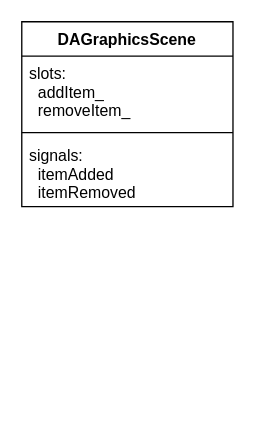
This is page "DAGraphicsView" (4 of 4) of doc/zh/drawio/data-work-flow-uml.drawio from czyt1988/data-workbench, a draw.io file, before an edit. Source tidied: cells renumbered, new cells numbered last; positions are measured from the earlier drawing's top-left corner, leaving out a move shared by most shapes. Both pictures are drawn from the tidied source at 132%, with x=0, y=0 at pixel (21, 21).
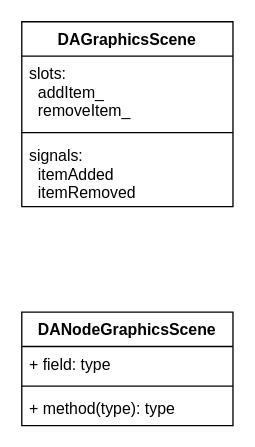
After the change.

The edit, as a diff of the source:
```diff
@@
 <mxGraphModel>
   <root>
     <mxCell id="0" />
     <mxCell id="1" parent="0" />
     <mxCell id="2" value="DAGraphicsScene" style="swimlane;fontStyle=1;align=center;verticalAlign=top;horizontal=1;startSize=26;" parent="1" vertex="1">
       <mxGeometry width="160" height="140" as="geometry" />
     </mxCell>
     <mxCell id="3" value="slots:&#10;  addItem_&#10;  removeItem_" style="text;strokeColor=none;fillColor=none;align=left;verticalAlign=top;spacingLeft=4;spacingRight=4;overflow=hidden;" parent="2" vertex="1">
       <mxGeometry y="26" width="160" height="54" as="geometry" />
     </mxCell>
     <mxCell id="4" style="line;strokeWidth=1;fillColor=none;align=left;verticalAlign=middle;spacingTop=-1;spacingLeft=3;spacingRight=3;labelPosition=right;" parent="2" vertex="1">
       <mxGeometry y="80" width="160" height="8" as="geometry" />
     </mxCell>
     <mxCell id="5" value="signals:&#10;  itemAdded&#10;  itemRemoved" style="text;strokeColor=none;fillColor=none;align=left;verticalAlign=top;spacingLeft=4;spacingRight=4;overflow=hidden;" parent="2" vertex="1">
       <mxGeometry y="88" width="160" height="52" as="geometry" />
     </mxCell>
+    <mxCell id="6" value="DANodeGraphicsScene" style="swimlane;fontStyle=1;align=center;verticalAlign=top;horizontal=1;startSize=26;" parent="1" vertex="1">
+      <mxGeometry y="220" width="160" height="86" as="geometry" />
+    </mxCell>
+    <mxCell id="7" value="+ field: type" style="text;strokeColor=none;fillColor=none;align=left;verticalAlign=top;spacingLeft=4;spacingRight=4;overflow=hidden;" parent="6" vertex="1">
+      <mxGeometry y="26" width="160" height="26" as="geometry" />
+    </mxCell>
+    <mxCell id="8" style="line;strokeWidth=1;fillColor=none;align=left;verticalAlign=middle;spacingTop=-1;spacingLeft=3;spacingRight=3;labelPosition=right;" parent="6" vertex="1">
+      <mxGeometry y="52" width="160" height="8" as="geometry" />
+    </mxCell>
+    <mxCell id="9" value="+ method(type): type" style="text;strokeColor=none;fillColor=none;align=left;verticalAlign=top;spacingLeft=4;spacingRight=4;overflow=hidden;" parent="6" vertex="1">
+      <mxGeometry y="60" width="160" height="26" as="geometry" />
+    </mxCell>
   </root>
 </mxGraphModel>
```
